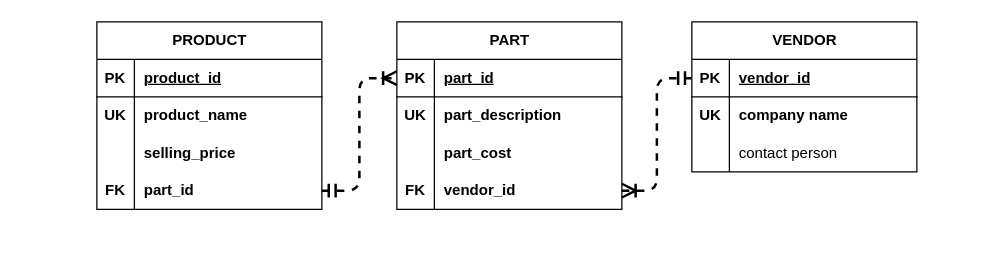
This is page "P0202b" (2 of 3) of relational-database-design/chapter2/P0202.drawio from qichendev/assignments, a draw.io file, before an edit. Source tidied: cells renumbered, new cells numbered last; positions are measured from the earlier drawing's top-left corner, leaving out a move shared by most shapes. Both pictures are drawn from the tidied source at 125%, with x=0, y=0 at pixel (96, 21).
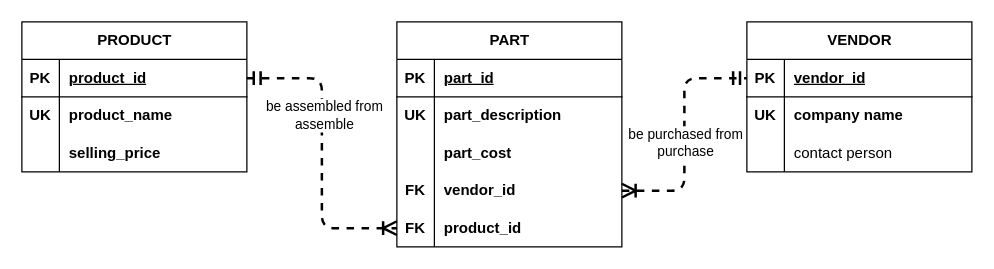
The same page after the edit.

Unchanged cells that the change refers to:
```xml
<mxCell id="13" style="shape=tableRow;horizontal=0;startSize=0;swimlaneHead=0;swimlaneBody=0;fillColor=none;points=[[0,0.5],[1,0.5]];portConstraint=eastwest;top=0;left=0;right=0;bottom=1;" parent="12" vertex="1">
  <mxGeometry y="30" width="180" height="30" as="geometry" />
</mxCell>
<mxCell id="26" style="shape=tableRow;horizontal=0;startSize=0;swimlaneHead=0;swimlaneBody=0;fillColor=none;points=[[0,0.5],[1,0.5]];portConstraint=eastwest;top=0;left=0;right=0;bottom=1;" parent="25" vertex="1">
  <mxGeometry y="30" width="180" height="30" as="geometry" />
</mxCell>
<mxCell id="38" style="edgeStyle=elbowEdgeStyle;fontSize=12;html=1;endArrow=ERmandOne;startArrow=ERoneToMany;rounded=1;endSize=8;startSize=8;strokeWidth=2;dashed=1;jumpStyle=none;curved=0;entryX=0;entryY=0.5;entryDx=0;entryDy=0;exitX=1;exitY=0.5;exitDx=0;exitDy=0;startFill=0;endFill=0;" parent="1" edge="1" source="22" target="3">
  <mxGeometry relative="1" as="geometry" />
</mxCell>
```

The edit, as a diff of the source:
```diff
@@
     <mxCell id="2" value="VENDOR" style="shape=table;startSize=30;childLayout=tableLayout;rowLines=0;fontStyle=1;align=center;html=1;" parent="1" vertex="1">
-      <mxGeometry x="476" width="180" height="120" as="geometry" />
+      <mxGeometry x="520" width="180" height="120" as="geometry" />
     </mxCell>
@@
     <mxCell id="12" value="PART" style="shape=table;startSize=30;childLayout=tableLayout;rowLines=0;fontStyle=1;align=center;html=1;" parent="1" vertex="1">
-      <mxGeometry x="240" width="180" height="150" as="geometry" />
+      <mxGeometry x="240" width="180" height="180" as="geometry" />
     </mxCell>
@@
+    <mxCell id="40" style="shape=tableRow;horizontal=0;startSize=0;swimlaneHead=0;swimlaneBody=0;fillColor=none;points=[[0,0.5],[1,0.5]];portConstraint=eastwest;top=0;left=0;right=0;bottom=0;" parent="12" vertex="1">
+      <mxGeometry y="150" width="180" height="30" as="geometry" />
+    </mxCell>
+    <mxCell id="36" value="FK" style="shape=partialRectangle;fillColor=none;top=0;left=0;bottom=0;right=0;overflow=hidden;whiteSpace=wrap;html=1;fontStyle=1;" parent="40" vertex="1">
+      <mxGeometry width="30" height="30" as="geometry" />
+    </mxCell>
+    <mxCell id="41" value="product_id" style="shape=partialRectangle;fillColor=none;top=0;left=0;bottom=0;right=0;align=left;spacingLeft=6;overflow=hidden;whiteSpace=wrap;html=1;fontStyle=1;" parent="40" vertex="1">
+      <mxGeometry x="30" width="150" height="30" as="geometry" />
+    </mxCell>
     <mxCell id="25" value="PRODUCT" style="shape=table;startSize=30;childLayout=tableLayout;rowLines=0;fontStyle=1;align=center;html=1;" parent="1" vertex="1">
-      <mxGeometry width="180" height="150" as="geometry" />
+      <mxGeometry x="-60" width="180" height="120" as="geometry" />
     </mxCell>
@@
-    <mxCell id="35" style="shape=tableRow;horizontal=0;startSize=0;swimlaneHead=0;swimlaneBody=0;fillColor=none;points=[[0,0.5],[1,0.5]];portConstraint=eastwest;top=0;left=0;right=0;bottom=0;" parent="25" vertex="1">
-      <mxGeometry y="120" width="180" height="30" as="geometry" />
-    </mxCell>
-    <mxCell id="36" value="&lt;b&gt;FK&lt;/b&gt;" style="shape=partialRectangle;fillColor=none;top=0;left=0;bottom=0;right=0;overflow=hidden;whiteSpace=wrap;html=1;" parent="35" vertex="1">
-      <mxGeometry width="30" height="30" as="geometry" />
-    </mxCell>
-    <mxCell id="37" value="part_id" style="shape=partialRectangle;fillColor=none;top=0;left=0;bottom=0;right=0;align=left;spacingLeft=6;overflow=hidden;whiteSpace=wrap;html=1;fontStyle=1;" parent="35" vertex="1">
-      <mxGeometry x="30" width="150" height="30" as="geometry" />
-    </mxCell>
@@
+    <mxCell id="42" value="be purchased from&lt;div&gt;purchase&lt;/div&gt;" style="edgeLabel;html=1;align=center;verticalAlign=middle;" parent="38" vertex="1">
+      <mxGeometry x="-0.06" relative="1" as="geometry" />
+    </mxCell>
-    <mxCell id="39" style="edgeStyle=elbowEdgeStyle;fontSize=12;html=1;endArrow=ERoneToMany;startArrow=ERmandOne;rounded=1;endSize=8;startSize=8;strokeWidth=2;dashed=1;jumpStyle=none;curved=0;exitX=1;exitY=0.5;exitDx=0;exitDy=0;startFill=0;endFill=0;entryX=0;entryY=0.5;entryDx=0;entryDy=0;" parent="1" edge="1" source="35" target="13">
+    <mxCell id="39" style="edgeStyle=elbowEdgeStyle;fontSize=12;html=1;endArrow=ERoneToMany;startArrow=ERmandOne;rounded=1;endSize=8;startSize=8;strokeWidth=2;dashed=1;jumpStyle=none;curved=0;exitX=1;exitY=0.5;exitDx=0;exitDy=0;startFill=0;endFill=0;entryX=0;entryY=0.5;entryDx=0;entryDy=0;elbow=horizontal;" parent="1" edge="1" source="26" target="40">
       <mxGeometry relative="1" as="geometry" />
     </mxCell>
+    <mxCell id="43" value="be assembled from&lt;div&gt;assemble&lt;/div&gt;" style="edgeLabel;html=1;align=center;verticalAlign=middle;" parent="39" vertex="1">
+      <mxGeometry x="-0.26" y="1" relative="1" as="geometry" />
+    </mxCell>
```
